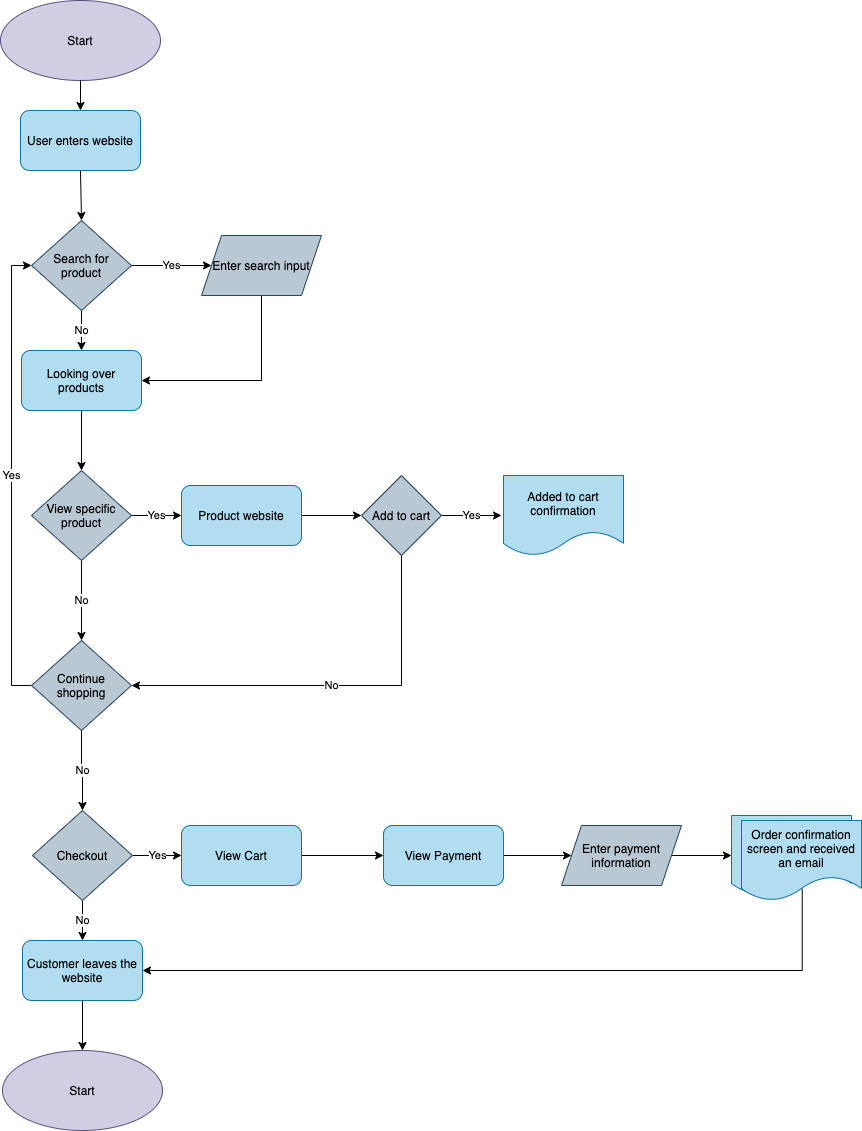
The draw.io diagram part2/part2.drawio.png in amakhnia/wi21-cse110-lab4, before a commit. Source tidied: cells renumbered, new cells last; positions are measured from the earlier drawing's top-left corner, leaving out a move shared by most shapes.
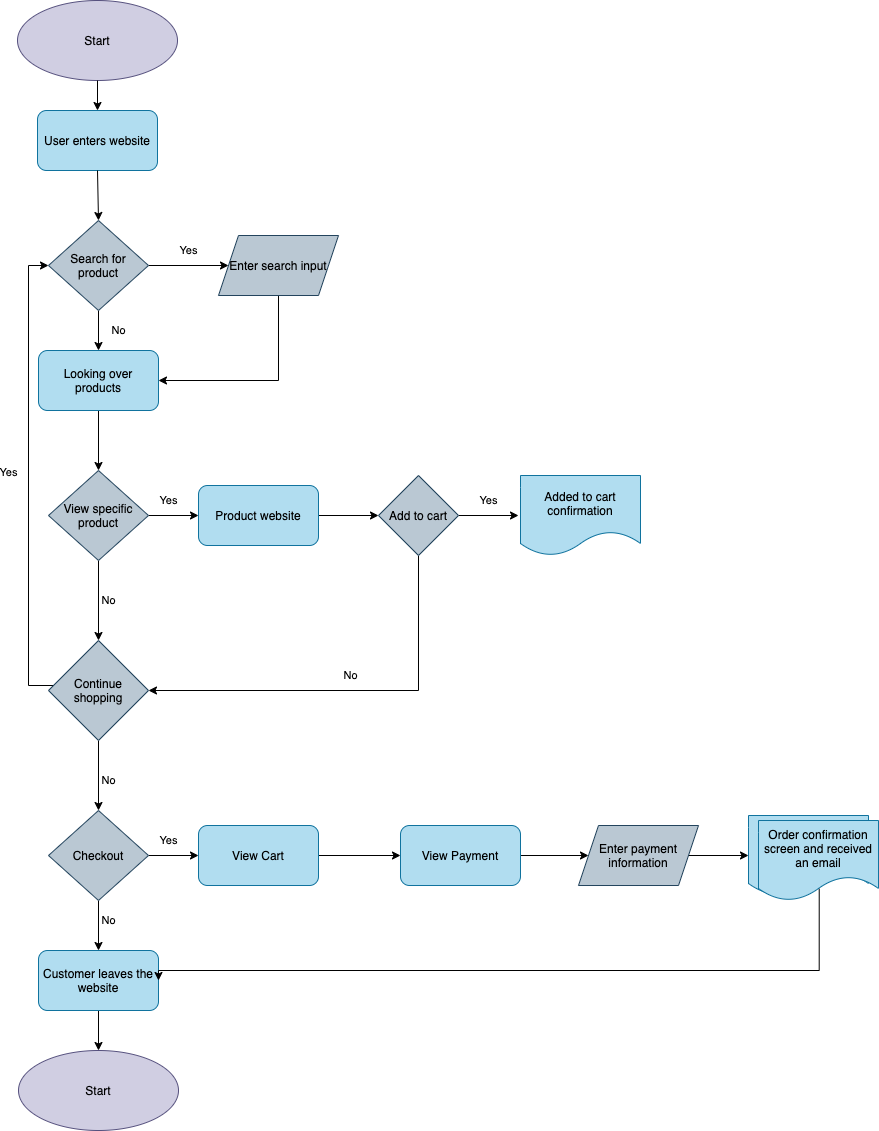
The same diagram one commit later.

Commit message:
Updated flow diagram

What changed in the source:
```diff
@@ -12,10 +12,10 @@
       <mxGeometry x="20" y="110" width="120" height="60" as="geometry" />
     </mxCell>
     <mxCell id="5" value="Yes" style="edgeStyle=orthogonalEdgeStyle;rounded=0;jettySize=auto;html=1;fontColor=#000000;" parent="1" edge="1" source="7" target="10">
-      <mxGeometry relative="1" as="geometry" />
+      <mxGeometry y="15" relative="1" as="geometry" />
     </mxCell>
     <mxCell id="6" value="No" style="edgeStyle=orthogonalEdgeStyle;rounded=0;jettySize=auto;html=1;fontColor=#000000;" parent="1" edge="1" source="7" target="12">
-      <mxGeometry relative="1" as="geometry" />
+      <mxGeometry y="20" relative="1" as="geometry" />
     </mxCell>
     <mxCell id="7" value="Search for product" style="rhombus;whiteSpace=wrap;html=1;fillColor=#bac8d3;strokeColor=#23445d;fontColor=#000000;" parent="1" vertex="1">
       <mxGeometry x="31" y="220" width="100" height="90" as="geometry" />
@@ -38,10 +38,10 @@
       <mxGeometry x="21" y="350" width="120" height="60" as="geometry" />
     </mxCell>
     <mxCell id="13" value="Yes" style="edgeStyle=orthogonalEdgeStyle;rounded=0;jettySize=auto;html=1;exitX=1;exitY=0.5;exitDx=0;exitDy=0;entryX=0;entryY=0.5;entryDx=0;entryDy=0;fontColor=#000000;" parent="1" edge="1" source="15" target="17">
-      <mxGeometry relative="1" as="geometry" />
+      <mxGeometry x="-0.2" y="15" relative="1" as="geometry" />
     </mxCell>
     <mxCell id="14" value="No" style="edgeStyle=orthogonalEdgeStyle;rounded=0;jettySize=auto;html=1;fontColor=#000000;" parent="1" edge="1" source="15" target="23">
-      <mxGeometry relative="1" as="geometry" />
+      <mxGeometry y="10" relative="1" as="geometry" />
     </mxCell>
     <mxCell id="15" value="View specific product" style="rhombus;whiteSpace=wrap;html=1;fillColor=#bac8d3;strokeColor=#23445d;fontColor=#000000;" parent="1" vertex="1">
       <mxGeometry x="31" y="470" width="100" height="90" as="geometry" />
@@ -53,47 +53,47 @@
       <mxGeometry x="181" y="485" width="120" height="60" as="geometry" />
     </mxCell>
     <mxCell id="18" value="Yes" style="edgeStyle=orthogonalEdgeStyle;rounded=0;jettySize=auto;html=1;exitX=1;exitY=0.5;exitDx=0;exitDy=0;entryX=0;entryY=0.5;entryDx=0;entryDy=0;fontColor=#000000;" parent="1" edge="1" source="20">
-      <mxGeometry relative="1" as="geometry">
+      <mxGeometry y="15" relative="1" as="geometry">
         <mxPoint x="501" y="515" as="targetPoint" />
       </mxGeometry>
     </mxCell>
     <mxCell id="19" value="No" style="edgeStyle=orthogonalEdgeStyle;rounded=0;jettySize=auto;html=1;exitX=0.5;exitY=1;exitDx=0;exitDy=0;entryX=1;entryY=0.5;entryDx=0;entryDy=0;fontColor=#000000;" parent="1" edge="1" source="20" target="23">
-      <mxGeometry relative="1" as="geometry" />
+      <mxGeometry y="-15" relative="1" as="geometry" />
     </mxCell>
     <mxCell id="20" value="Add to cart" style="rhombus;whiteSpace=wrap;html=1;fillColor=#bac8d3;strokeColor=#23445d;fontColor=#000000;" parent="1" vertex="1">
       <mxGeometry x="361" y="475" width="80" height="80" as="geometry" />
     </mxCell>
     <mxCell id="21" value="Yes" style="edgeStyle=orthogonalEdgeStyle;rounded=0;jettySize=auto;html=1;entryX=0;entryY=0.5;entryDx=0;entryDy=0;fontColor=#000000;" parent="1" edge="1" source="23" target="7">
-      <mxGeometry relative="1" as="geometry">
+      <mxGeometry x="0.02" y="20" relative="1" as="geometry">
         <Array as="points">
           <mxPoint x="11" y="685" />
           <mxPoint x="11" y="265" />
         </Array>
       </mxGeometry>
     </mxCell>
-    <mxCell id="22" value="No" style="edgeStyle=orthogonalEdgeStyle;rounded=0;jettySize=auto;html=1;fontColor=#000000;" parent="1" edge="1" source="23" target="26">
-      <mxGeometry relative="1" as="geometry" />
+    <mxCell id="22" value="No" style="edgeStyle=orthogonalEdgeStyle;rounded=0;jettySize=auto;html=1;entryX=0.5;entryY=0;entryDx=0;entryDy=0;fontColor=#000000;" parent="1" edge="1" source="23" target="26">
+      <mxGeometry x="0.14" y="10" relative="1" as="geometry" />
     </mxCell>
     <mxCell id="23" value="Continue shopping" style="rhombus;whiteSpace=wrap;html=1;fillColor=#bac8d3;strokeColor=#23445d;fontColor=#000000;" parent="1" vertex="1">
-      <mxGeometry x="31" y="640" width="100" height="90" as="geometry" />
+      <mxGeometry x="31" y="640" width="100" height="100" as="geometry" />
     </mxCell>
+    <mxCell id="25" value="Yes" style="edgeStyle=orthogonalEdgeStyle;rounded=0;jettySize=auto;html=1;exitX=1;exitY=0.5;exitDx=0;exitDy=0;entryX=0;entryY=0.5;entryDx=0;entryDy=0;fontColor=#000000;" parent="1" edge="1" source="26" target="31">
+      <mxGeometry x="-0.2" y="15" relative="1" as="geometry" />
+    </mxCell>
     <mxCell id="24" value="No" style="edgeStyle=orthogonalEdgeStyle;rounded=0;jettySize=auto;html=1;exitX=0.5;exitY=1;exitDx=0;exitDy=0;entryX=0.5;entryY=0;entryDx=0;entryDy=0;fontColor=#000000;" parent="1" edge="1" source="26" target="28">
-      <mxGeometry relative="1" as="geometry" />
+      <mxGeometry x="-0.2" y="10" relative="1" as="geometry" />
     </mxCell>
-    <mxCell id="25" value="Yes" style="edgeStyle=orthogonalEdgeStyle;rounded=0;jettySize=auto;html=1;exitX=1;exitY=0.5;exitDx=0;exitDy=0;entryX=0;entryY=0.5;entryDx=0;entryDy=0;fontColor=#000000;" parent="1" edge="1" source="26" target="31">
-      <mxGeometry relative="1" as="geometry" />
-    </mxCell>
     <mxCell id="26" value="Checkout" style="rhombus;whiteSpace=wrap;html=1;fillColor=#bac8d3;strokeColor=#23445d;fontColor=#000000;" parent="1" vertex="1">
-      <mxGeometry x="32" y="810" width="100" height="90" as="geometry" />
+      <mxGeometry x="31" y="810" width="100" height="90" as="geometry" />
     </mxCell>
     <mxCell id="27" style="edgeStyle=orthogonalEdgeStyle;rounded=0;jettySize=auto;html=1;exitX=0.5;exitY=1;exitDx=0;exitDy=0;entryX=0.5;entryY=0;entryDx=0;entryDy=0;fontColor=#000000;" parent="1" edge="1" source="28" target="29">
       <mxGeometry relative="1" as="geometry" />
     </mxCell>
     <mxCell id="28" value="Customer leaves the website" style="rounded=1;whiteSpace=wrap;html=1;fillColor=#b1ddf0;strokeColor=#10739e;fontColor=#000000;" parent="1" vertex="1">
-      <mxGeometry x="22" y="940" width="120" height="60" as="geometry" />
+      <mxGeometry x="21" y="950" width="120" height="60" as="geometry" />
     </mxCell>
     <mxCell id="29" value="Start" style="ellipse;whiteSpace=wrap;html=1;fillColor=#d0cee2;strokeColor=#56517e;fontColor=#000000;" parent="1" vertex="1">
-      <mxGeometry x="2" y="1050" width="160" height="80" as="geometry" />
+      <mxGeometry x="1" y="1050" width="160" height="80" as="geometry" />
     </mxCell>
     <mxCell id="30" style="edgeStyle=orthogonalEdgeStyle;rounded=0;jettySize=auto;html=1;fontColor=#000000;" parent="1" edge="1" source="31" target="33">
       <mxGeometry relative="1" as="geometry" />
```
